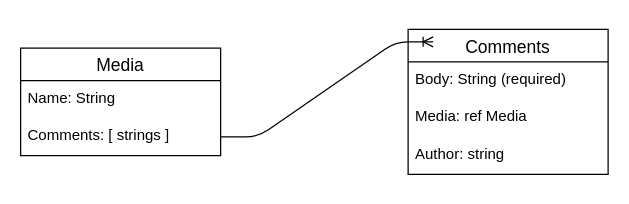
Earlier version of the draw.io diagram page "Page-1" (1 of 2) of ERD.drawio (quincyp/project-mediahub). Source tidied: cells renumbered, new cells numbered last; positions are measured from the earlier drawing's top-left corner, leaving out a move shared by most shapes. Both pictures are drawn from the tidied source at 125%, with x=0, y=0 at pixel (20, 29).
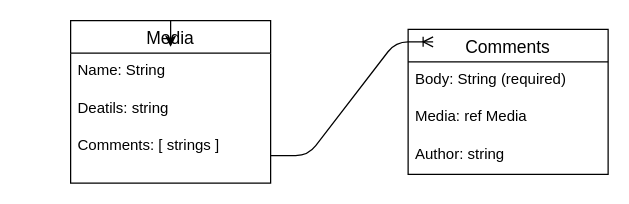
Above is the later version.

Diff of the diagram source:
```diff
@@
 <mxGraphModel>
   <root>
     <mxCell id="0" />
     <mxCell id="1" parent="0" />
     <mxCell id="2" value="Media" style="swimlane;fontStyle=0;horizontal=1;startSize=26;align=center;fontSize=14;" parent="1" vertex="1">
-      <mxGeometry y="15" width="160" height="86" as="geometry" />
+      <mxGeometry x="40" y="-7" width="160" height="130" as="geometry" />
     </mxCell>
     <mxCell id="3" value="Name: String" style="text;strokeColor=none;fillColor=none;spacingLeft=4;spacingRight=4;overflow=hidden;points=[[0,0.5],[1,0.5]];portConstraint=eastwest;fontSize=12;" parent="2" vertex="1">
       <mxGeometry y="26" width="160" height="30" as="geometry" />
     </mxCell>
+    <mxCell id="10" value="Deatils: string" style="text;strokeColor=none;fillColor=none;spacingLeft=4;spacingRight=4;overflow=hidden;fontSize=12;" parent="2" vertex="1">
+      <mxGeometry y="56" width="160" height="30" as="geometry" />
+    </mxCell>
     <mxCell id="4" value="Comments: [ strings ]" style="text;strokeColor=none;fillColor=none;spacingLeft=4;spacingRight=4;overflow=hidden;points=[[0,0.5],[1,0.5]];portConstraint=eastwest;fontSize=12;" parent="2" vertex="1">
-      <mxGeometry y="56" width="160" height="30" as="geometry" />
+      <mxGeometry y="86" width="160" height="44" as="geometry" />
     </mxCell>
+    <mxCell id="11" style="edgeStyle=orthogonalEdgeStyle;rounded=0;jettySize=auto;html=1;exitX=0.5;exitY=0;exitDx=0;exitDy=0;entryX=0.5;entryY=-0.167;entryDx=0;entryDy=0;entryPerimeter=0;" parent="2" edge="1" source="2" target="3">
+      <mxGeometry relative="1" as="geometry" />
+    </mxCell>
     <mxCell id="5" value="Comments" style="swimlane;fontStyle=0;horizontal=1;startSize=26;align=center;fontSize=14;" parent="1" vertex="1">
       <mxGeometry x="310" width="160" height="116" as="geometry" />
     </mxCell>
     <mxCell id="6" value="Body: String (required)" style="text;strokeColor=none;fillColor=none;spacingLeft=4;spacingRight=4;overflow=hidden;fontSize=12;" parent="5" vertex="1">
       <mxGeometry y="26" width="160" height="30" as="geometry" />
     </mxCell>
     <mxCell id="7" value="Media: ref Media" style="text;strokeColor=none;fillColor=none;spacingLeft=4;spacingRight=4;overflow=hidden;fontSize=12;" parent="5" vertex="1">
       <mxGeometry y="56" width="160" height="30" as="geometry" />
     </mxCell>
     <mxCell id="8" value="Author: string" style="text;strokeColor=none;fillColor=none;spacingLeft=4;spacingRight=4;overflow=hidden;fontSize=12;" parent="5" vertex="1">
       <mxGeometry y="86" width="160" height="30" as="geometry" />
     </mxCell>
     <mxCell id="9" style="edgeStyle=entityRelationEdgeStyle;fontSize=12;html=1;endArrow=ERoneToMany;entryX=0.125;entryY=0.086;entryDx=0;entryDy=0;entryPerimeter=0;" parent="1" edge="1" source="4" target="5">
       <mxGeometry relative="1" as="geometry" />
     </mxCell>
   </root>
 </mxGraphModel>
```
